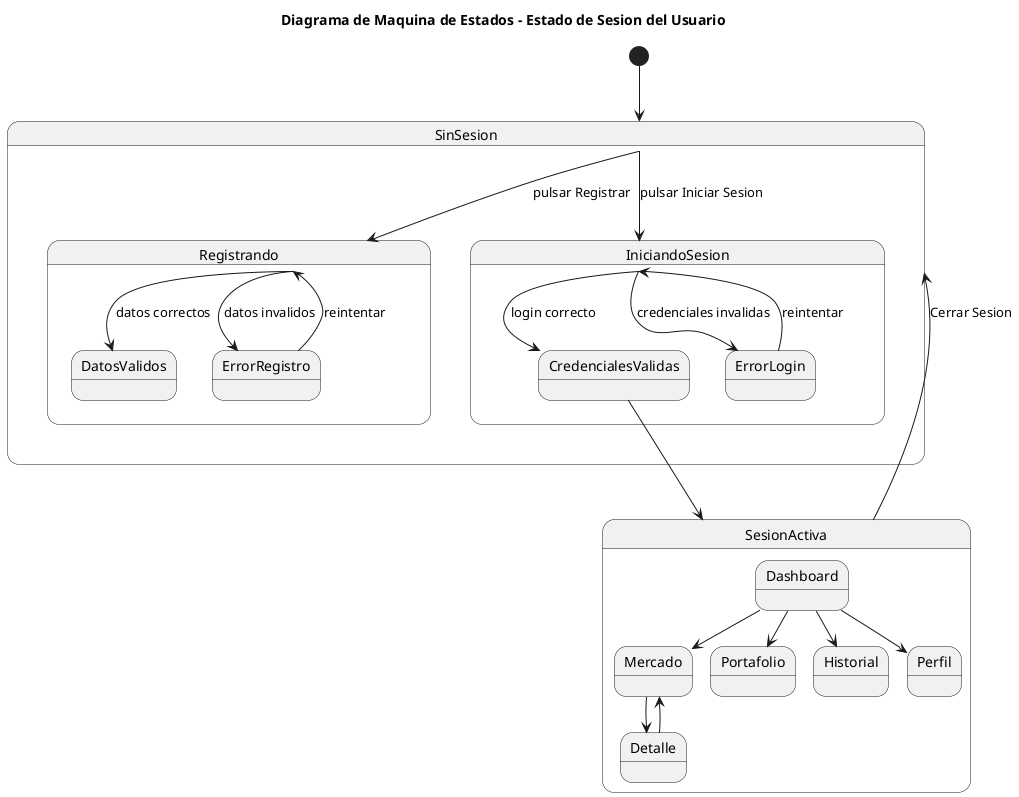
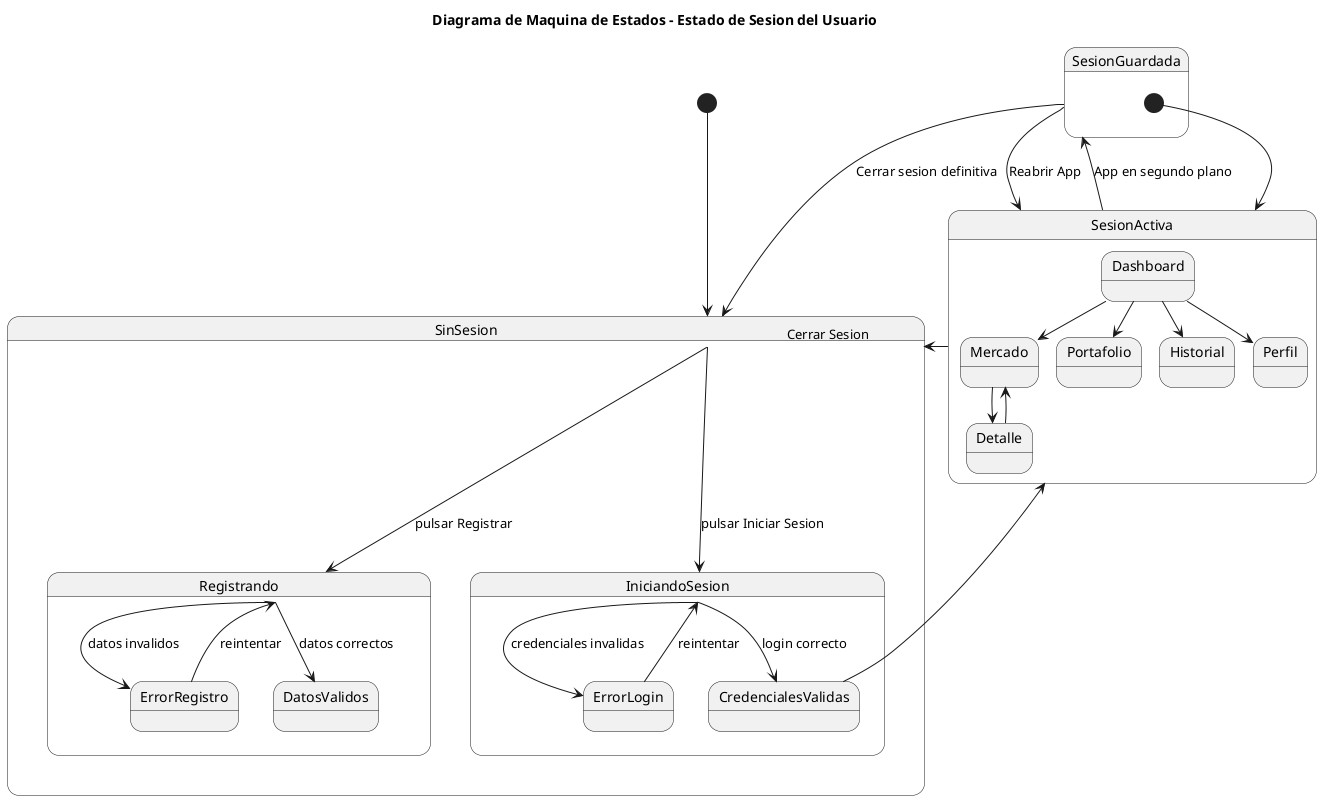
@startuml
title Diagrama de Maquina de Estados - Estado de Sesion del Usuario

[*] --> SinSesion

state SinSesion {
  SinSesion --> Registrando : pulsar Registrar
  SinSesion --> IniciandoSesion : pulsar Iniciar Sesion
}

state Registrando {
  Registrando --> DatosValidos : datos correctos
  Registrando --> ErrorRegistro : datos invalidos
  ErrorRegistro --> Registrando : reintentar
}

state IniciandoSesion {
  IniciandoSesion --> CredencialesValidas : login correcto
  IniciandoSesion --> ErrorLogin : credenciales invalidas
  ErrorLogin --> IniciandoSesion : reintentar
}

state SesionActiva {
  state Dashboard
  state Mercado
  state Detalle
  state Portafolio
  state Historial
  state Perfil

  Dashboard --> Mercado
  Dashboard --> Portafolio
  Mercado --> Detalle
  Detalle --> Mercado
  Dashboard --> Historial
  Dashboard --> Perfil
}

CredencialesValidas --> SesionActiva
SesionActiva --> SinSesion : Cerrar Sesion
+ SesionActiva --> SesionGuardada : App en segundo plano
+ 
+ state SesionGuardada {
+   [*] --> SesionActiva
+ }
+ 
+ SesionGuardada --> SesionActiva : Reabrir App
+ SesionGuardada --> SinSesion : Cerrar sesion definitiva

@enduml
